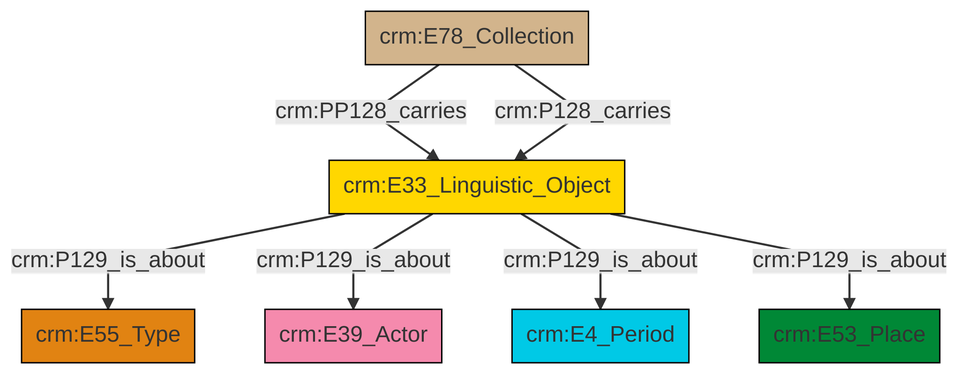
Before: et/archivalCSV/ttl/mmd/png/archival_aboutness.png, a diagram exported from Mermaid (swiss-art-research-net/docs.swissartresearch). Its source is kept beside it as et/archivalCSV/ttl/mmd/archival_aboutness.ttl.mmd.
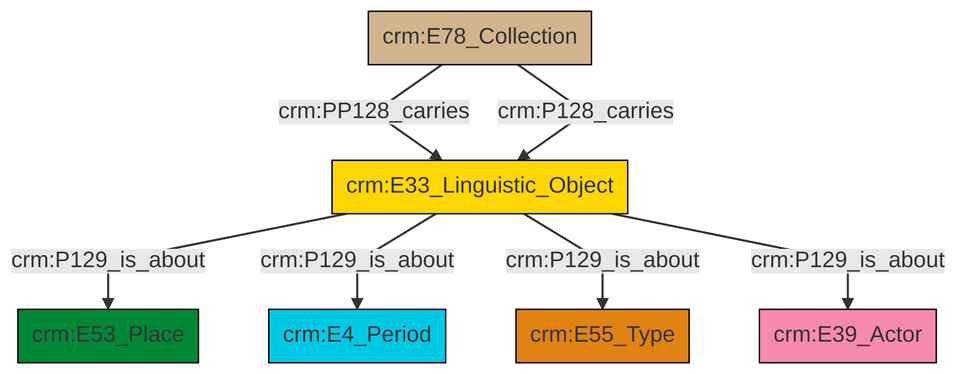
Above is the later version.

Change to the diagram source:
```diff
@@ -13,9 +13,9 @@
 classDef PC_Classes fill:#4ce600, stroke:#000000;
 classDef Multi fill:#cccccc,stroke:#000000;
 
-0["crm:E33_Linguistic_Object"]:::Conceptual_Object -->|crm:P129_is_about| 8["crm:E55_Type"]:::Type
-0["crm:E33_Linguistic_Object"]:::Conceptual_Object -->|crm:P129_is_about| 9["crm:E39_Actor"]:::Actor
-0["crm:E33_Linguistic_Object"]:::Conceptual_Object -->|crm:P129_is_about| 6["crm:E4_Period"]:::Temporal_Entity
-0["crm:E33_Linguistic_Object"]:::Conceptual_Object -->|crm:P129_is_about| 2["crm:E53_Place"]:::Place
-4["crm:E78_Collection"]:::Physical_Thing -->|crm:PP128_carries| 0["crm:E33_Linguistic_Object"]:::Conceptual_Object
-4["crm:E78_Collection"]:::Physical_Thing -->|crm:P128_carries| 0["crm:E33_Linguistic_Object"]:::Conceptual_Object
+0["crm:E33_Linguistic_Object"]:::Conceptual_Object -->|crm:P129_is_about| 1["crm:E53_Place"]:::Place
+2["crm:E78_Collection"]:::Physical_Thing -->|crm:PP128_carries| 0["crm:E33_Linguistic_Object"]:::Conceptual_Object
+2["crm:E78_Collection"]:::Physical_Thing -->|crm:P128_carries| 0["crm:E33_Linguistic_Object"]:::Conceptual_Object
+0["crm:E33_Linguistic_Object"]:::Conceptual_Object -->|crm:P129_is_about| 8["crm:E4_Period"]:::Temporal_Entity
+0["crm:E33_Linguistic_Object"]:::Conceptual_Object -->|crm:P129_is_about| 4["crm:E55_Type"]:::Type
+0["crm:E33_Linguistic_Object"]:::Conceptual_Object -->|crm:P129_is_about| 6["crm:E39_Actor"]:::Actor
```
